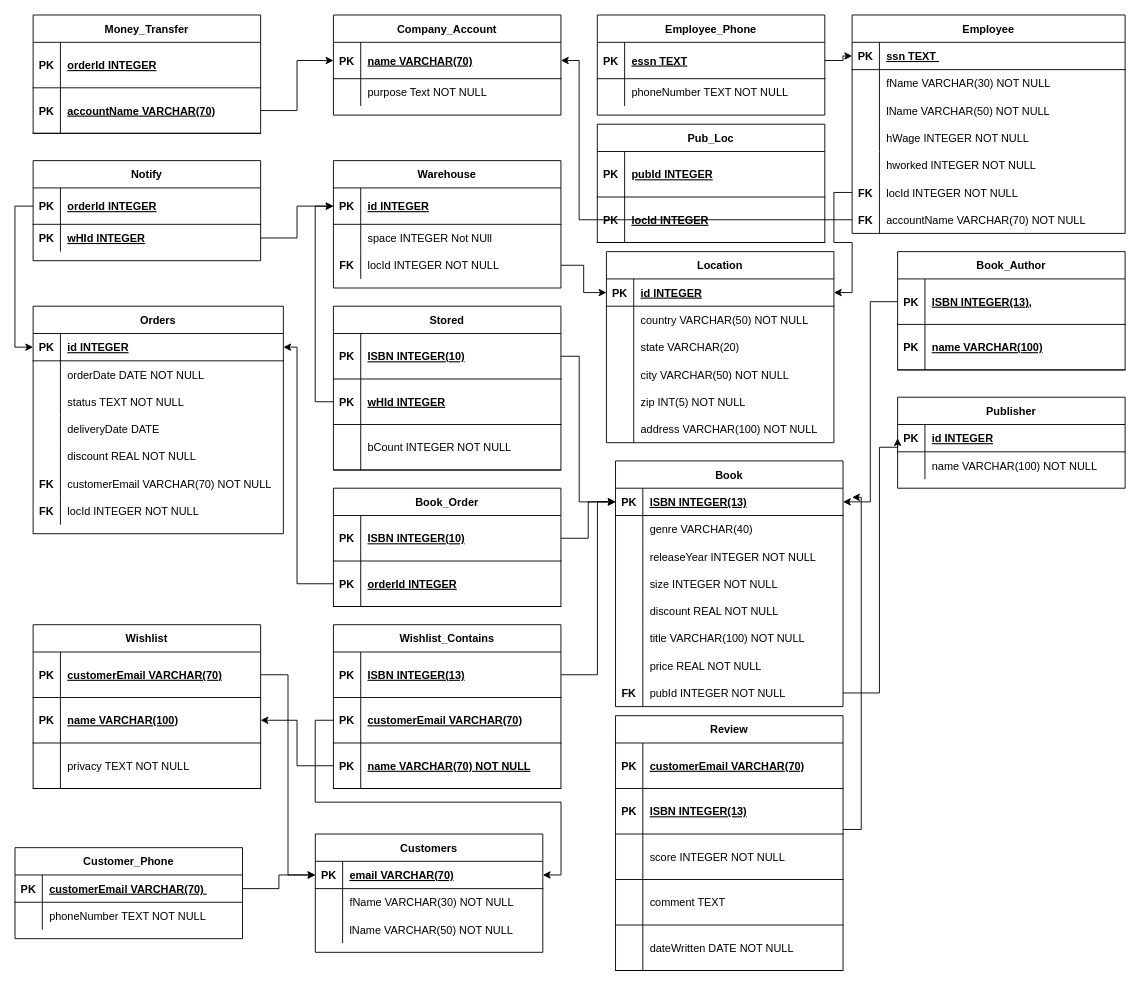
This is RelatioalSchema.drawio from Will-Blanton/CSE_3241_Project, a draw.io file, before an edit. Source tidied: cells renumbered, new cells numbered last; positions are measured from the earlier drawing's top-left corner, leaving out a move shared by most shapes. Both pictures are drawn from the tidied source at 91%, with x=0, y=0 at pixel (15, 15).
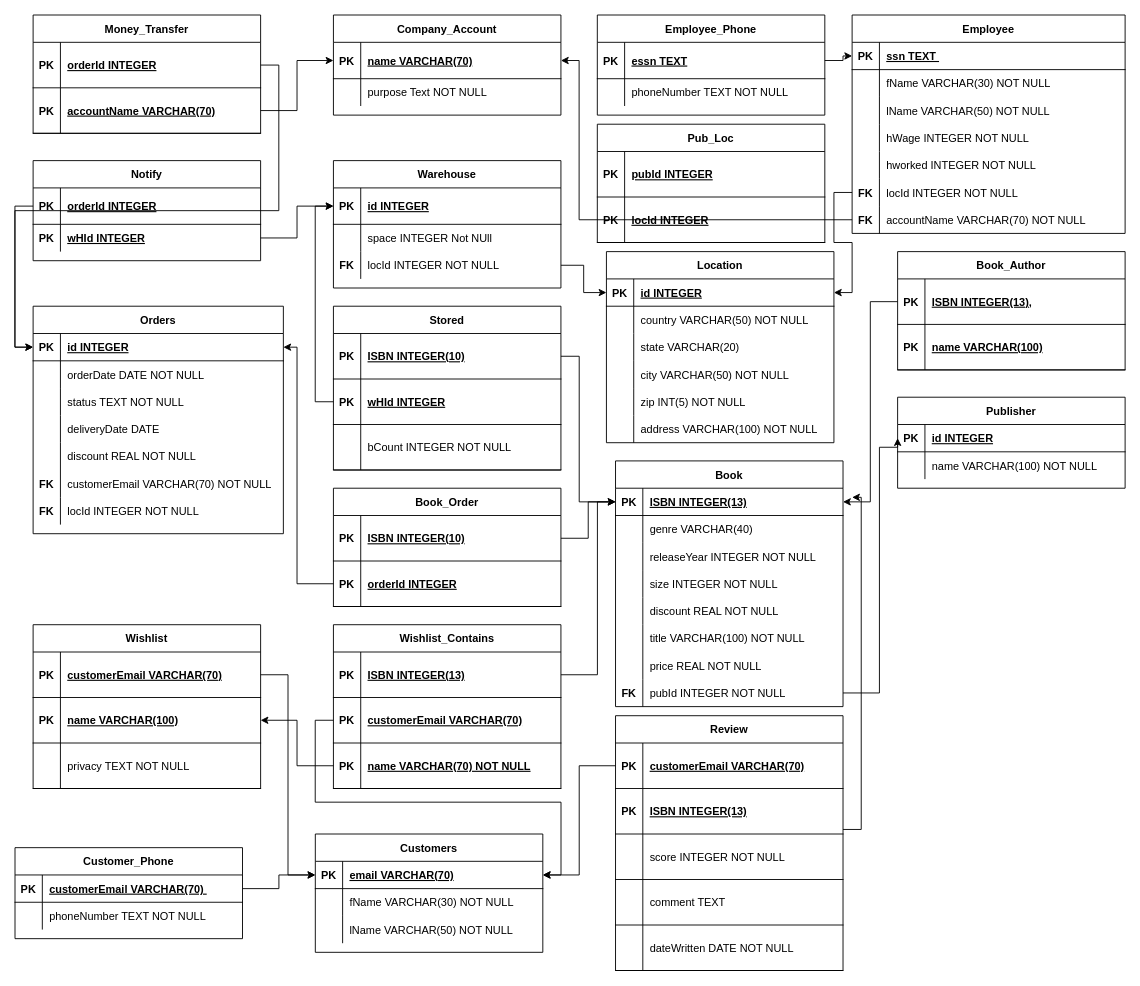
The same diagram, later.

Unchanged cells that the change refers to:
```xml
<mxCell id="3" style="shape=partialRectangle;fillColor=none;points=[[0,0.5],[1,0.5]];portConstraint=eastwest;top=0;left=0;right=0;bottom=1;" parent="2" vertex="1">
  <mxGeometry y="30" width="275" height="30" as="geometry" />
</mxCell>
<mxCell id="44" style="shape=partialRectangle;fillColor=none;points=[[0,0.5],[1,0.5]];portConstraint=eastwest;top=0;left=0;right=0;bottom=1;" parent="43" vertex="1">
  <mxGeometry y="30" width="250" height="30" as="geometry" />
</mxCell>
<mxCell id="127" style="shape=partialRectangle;fillColor=none;points=[[0,0.5],[1,0.5]];portConstraint=eastwest;top=0;left=0;right=0;bottom=1;" parent="126" vertex="1">
  <mxGeometry y="30" width="250" height="50" as="geometry" />
</mxCell>
<mxCell id="189" style="shape=partialRectangle;fillColor=none;points=[[0,0.5],[1,0.5]];portConstraint=eastwest;top=0;left=0;right=0;bottom=1;" parent="188" vertex="1">
  <mxGeometry y="30" width="250" height="50" as="geometry" />
</mxCell>
```

What changed in the source:
```diff
@@
+    <mxCell id="238" style="edgeStyle=orthogonalEdgeStyle;rounded=0;jettySize=auto;html=1;entryX=0;entryY=0.5;entryDx=0;entryDy=0;" parent="1" edge="1" source="189" target="3">
+      <mxGeometry relative="1" as="geometry" />
+    </mxCell>
+    <mxCell id="239" style="edgeStyle=orthogonalEdgeStyle;rounded=0;jettySize=auto;html=1;entryX=1;entryY=0.5;entryDx=0;entryDy=0;" parent="1" edge="1" source="127" target="44">
+      <mxGeometry relative="1" as="geometry" />
+    </mxCell>
```
